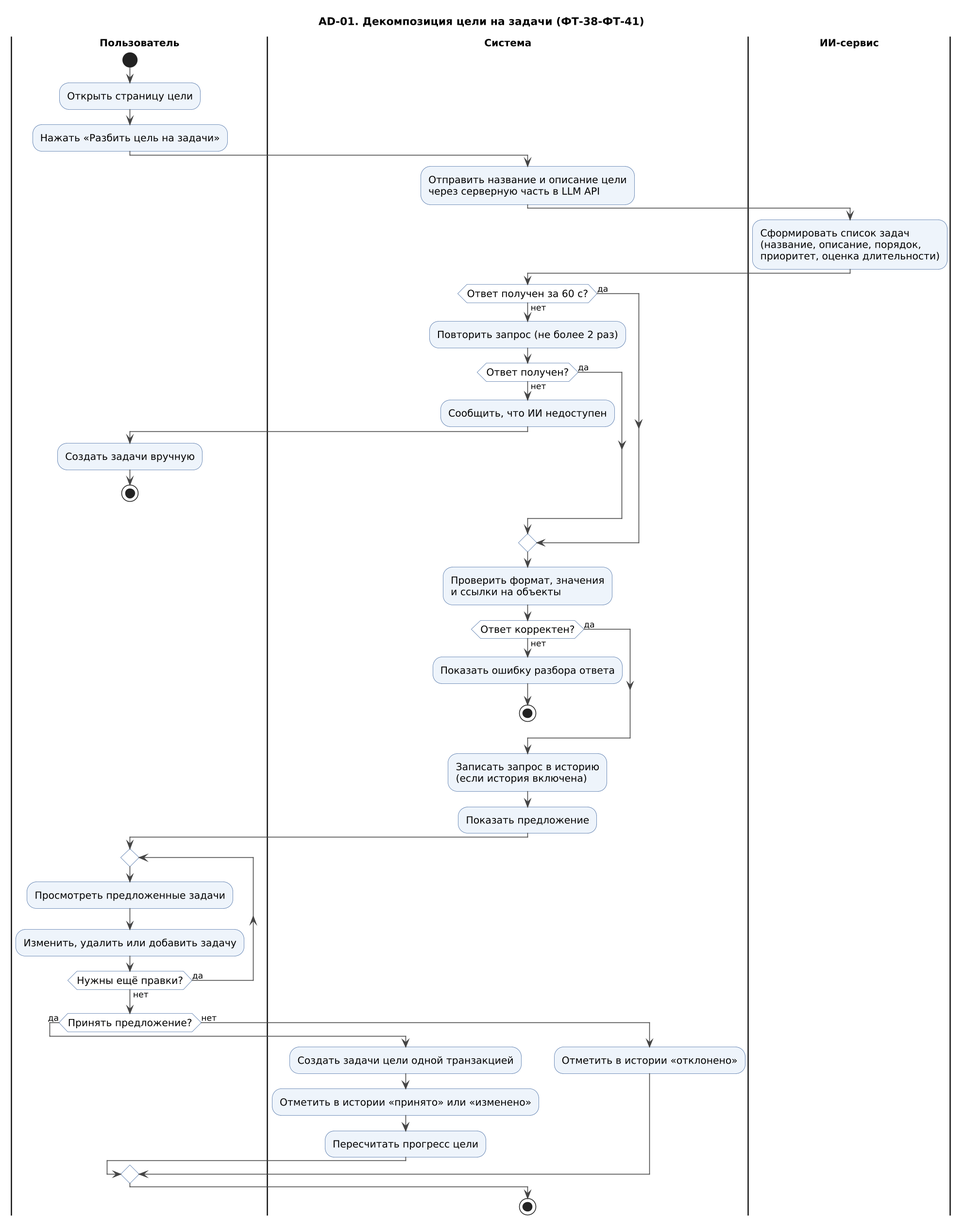
The PlantUML diagram docs/uml/png/AD-01_dekompoziciya.png in freez044/kpo_project, before a commit.
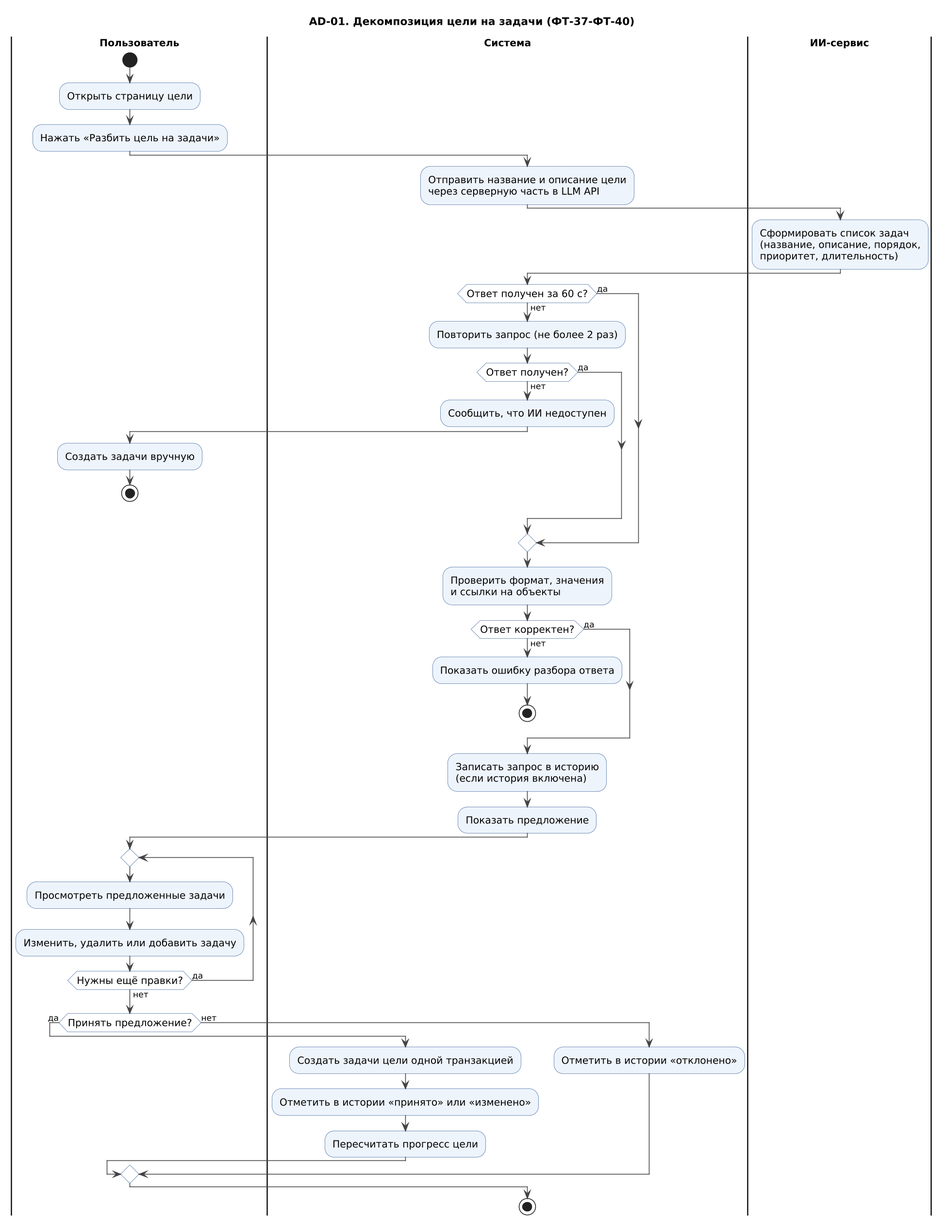
After the change.

What changed in the source:
```diff
@@ -1,6 +1,6 @@
 @startuml AD-01_dekompoziciya
 !include style.iuml
-title AD-01. Декомпозиция цели на задачи (ФТ-38-ФТ-41)
+title AD-01. Декомпозиция цели на задачи (ФТ-37-ФТ-40)
 |Пользователь|
 start
 :Открыть страницу цели;
@@ -11,7 +11,7 @@
 |ИИ-сервис|
 :Сформировать список задач
 (название, описание, порядок,
-приоритет, оценка длительности);
+приоритет, длительность);
 |Система|
 if (Ответ получен за 60 с?) then (нет)
   :Повторить запрос (не более 2 раз);
```
